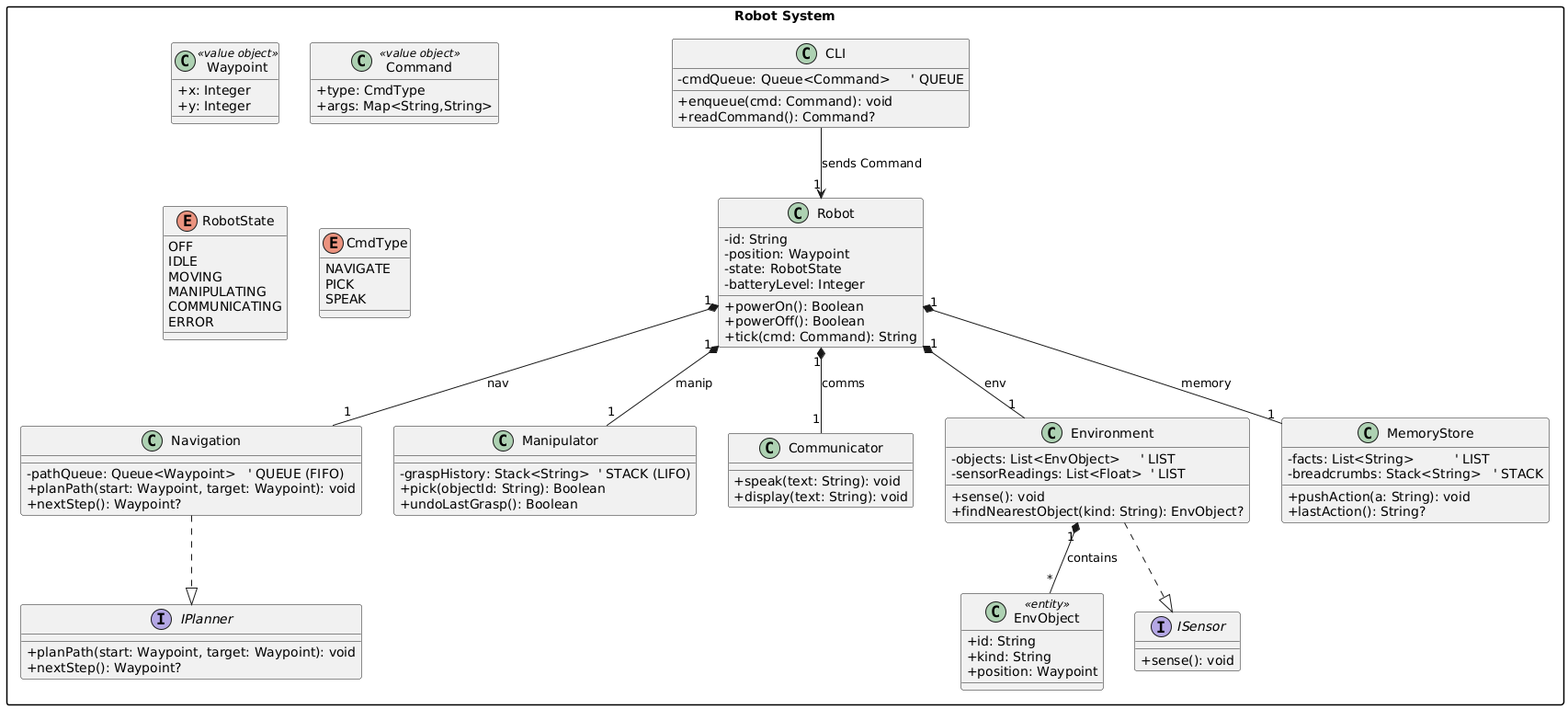
The PlantUML diagram OOP_PCOM7E_Assignment/assets/img/class_diagram.png in va-angelier/va-angelier.github.io, before a commit.
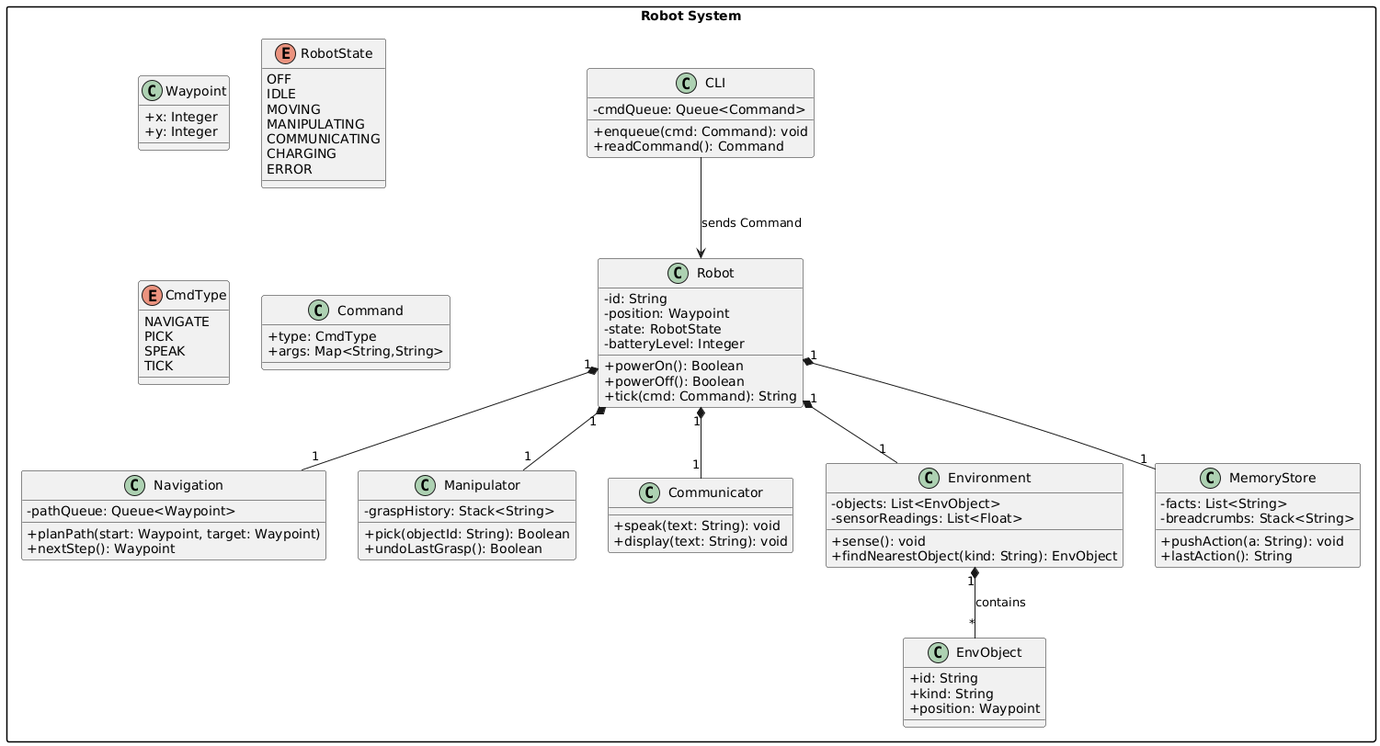
After the commit.

Change to the diagram source:
```diff
@@ -4,17 +4,12 @@
 
 package "Robot System" {
 
-  class Waypoint <<value object>> {
+  class Waypoint {
     + x: Integer
     + y: Integer
   }
 
-  class Command <<value object>> {
-    + type: CmdType
-    + args: Map<String,String>
-  }
-
-  class EnvObject <<entity>> {
+  class EnvObject {
     + id: String
     + kind: String
     + position: Waypoint
@@ -26,6 +21,7 @@
     MOVING
     MANIPULATING
     COMMUNICATING
+    CHARGING
     ERROR
   }
 
@@ -33,15 +29,12 @@
     NAVIGATE
     PICK
     SPEAK
+    TICK
   }
 
-  interface IPlanner {
-    + planPath(start: Waypoint, target: Waypoint): void
-    + nextStep(): Waypoint?
-  }
-
-  interface ISensor {
-    + sense(): void
+  class Command {
+    + type: CmdType
+    + args: Map<String,String>
   }
 
   class Robot {
@@ -55,13 +48,13 @@
   }
 
   class Navigation {
-    - pathQueue: Queue<Waypoint>   ' QUEUE (FIFO)
-    + planPath(start: Waypoint, target: Waypoint): void
-    + nextStep(): Waypoint?
+    - pathQueue: Queue<Waypoint>
+    + planPath(start: Waypoint, target: Waypoint)
+    + nextStep(): Waypoint
   }
 
   class Manipulator {
-    - graspHistory: Stack<String>  ' STACK (LIFO)
+    - graspHistory: Stack<String>
     + pick(objectId: String): Boolean
     + undoLastGrasp(): Boolean
   }
@@ -72,35 +65,32 @@
   }
 
   class Environment {
-    - objects: List<EnvObject>     ' LIST
-    - sensorReadings: List<Float>  ' LIST
+    - objects: List<EnvObject>
+    - sensorReadings: List<Float>
     + sense(): void
-    + findNearestObject(kind: String): EnvObject?
+    + findNearestObject(kind: String): EnvObject
   }
 
   class MemoryStore {
-    - facts: List<String>          ' LIST
-    - breadcrumbs: Stack<String>   ' STACK
+    - facts: List<String>
+    - breadcrumbs: Stack<String>
     + pushAction(a: String): void
-    + lastAction(): String?
+    + lastAction(): String
   }
 
   class CLI {
-    - cmdQueue: Queue<Command>     ' QUEUE
+    - cmdQueue: Queue<Command>
     + enqueue(cmd: Command): void
-    + readCommand(): Command?
+    + readCommand(): Command
   }
 
-  Navigation ..|> IPlanner
-  Environment ..|> ISensor
-
-  Robot "1" *-- "1" Navigation     : nav
-  Robot "1" *-- "1" Manipulator    : manip
-  Robot "1" *-- "1" Communicator   : comms
-  Robot "1" *-- "1" Environment    : env
-  Robot "1" *-- "1" MemoryStore    : memory
+  Robot "1" *-- "1" Navigation
+  Robot "1" *-- "1" Manipulator
+  Robot "1" *-- "1" Communicator
+  Robot "1" *-- "1" Environment
+  Robot "1" *-- "1" MemoryStore
 
   Environment "1" *-- "*" EnvObject : contains
-  CLI --> "1" Robot : sends Command
+  CLI --> Robot : sends Command
 }
 @enduml
```
